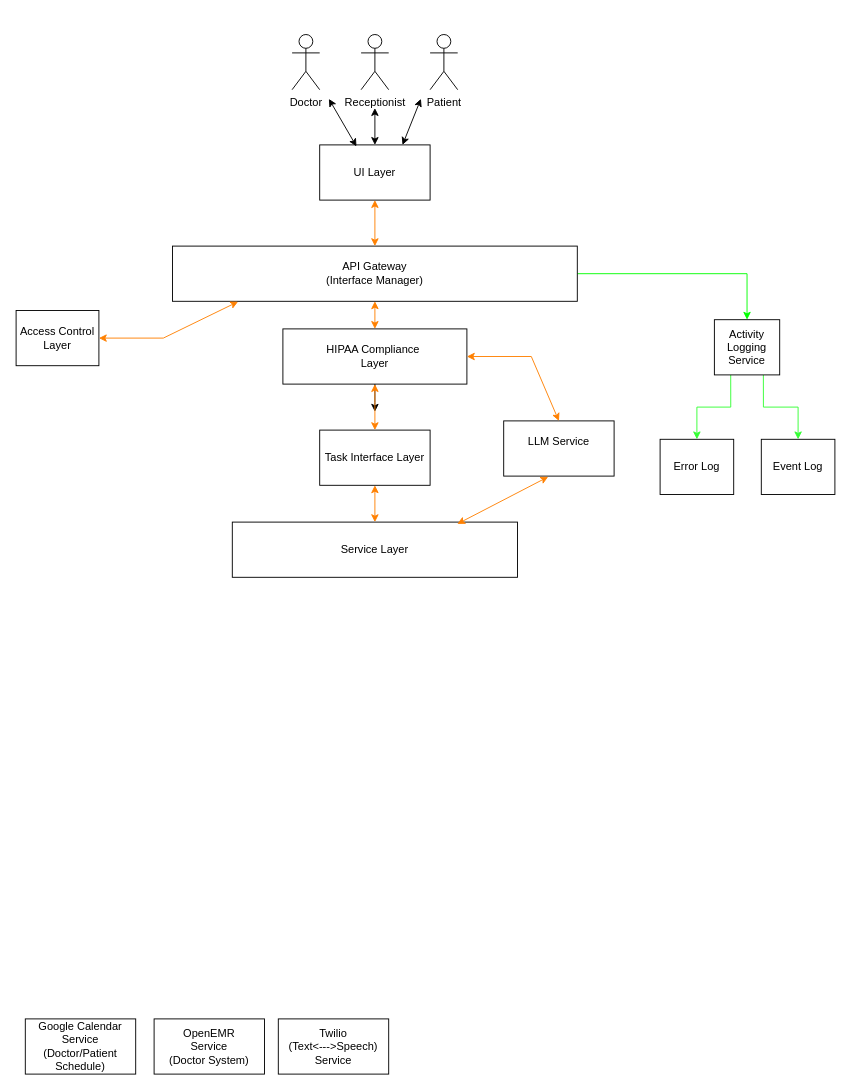
This is HealthcareManagerArchitecture.drawio.xml from ColeMcGregor/HealthcareManager, a draw.io file, before an edit. Source tidied: cells renumbered, new cells numbered last; positions are measured from the earlier drawing's top-left corner, leaving out a move shared by most shapes. Both pictures are drawn from the tidied source at 92%, with x=0, y=0 at pixel (16, 34).
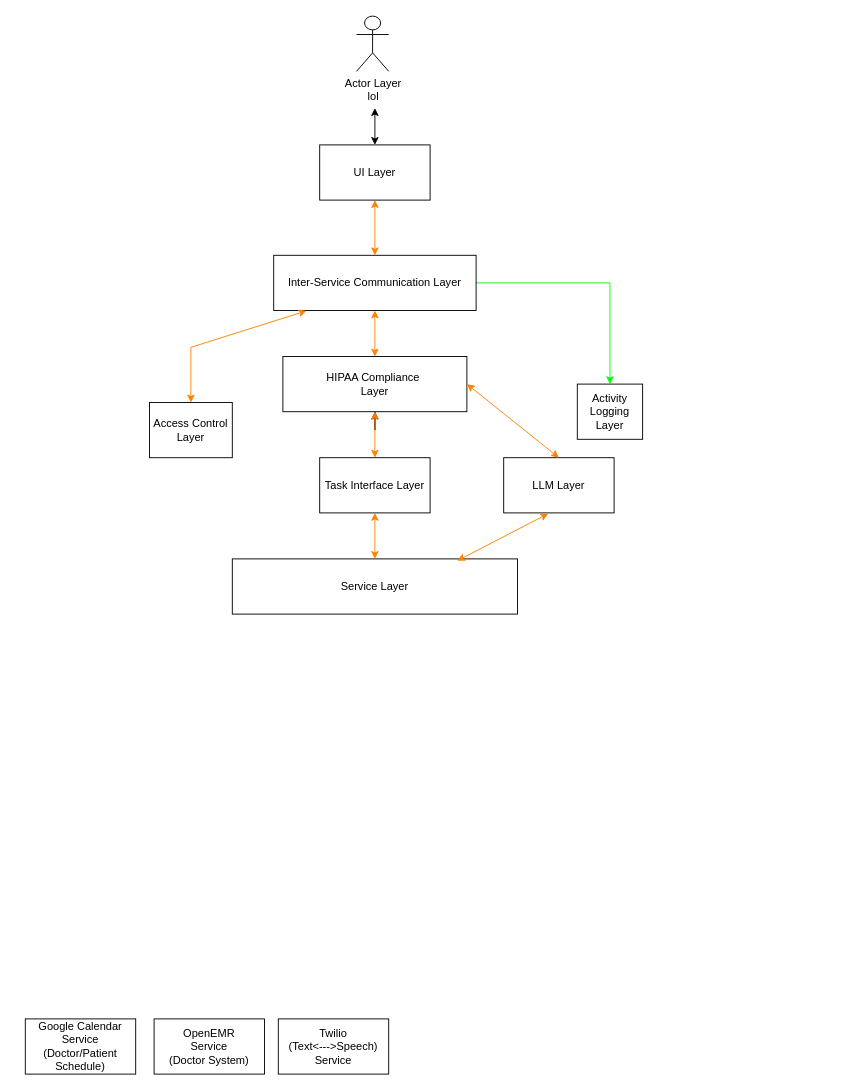
Above is the later version.

Unchanged cells that the change refers to:
```xml
<mxCell id="20" value="UI Layer" style="rounded=0;whiteSpace=wrap;html=1;" parent="1" vertex="1">
  <mxGeometry x="330" y="120" width="120" height="60" as="geometry" />
</mxCell>
```

The edit, as a diff of the source:
```diff
@@
-    <mxCell id="3" value="API Gateway&lt;div&gt;(Interface Manager)&lt;/div&gt;" style="rounded=0;whiteSpace=wrap;html=1;" parent="1" vertex="1">
-      <mxGeometry x="170" y="230" width="440" height="60" as="geometry" />
+    <mxCell id="3" value="Inter-Service Communication Layer" style="rounded=0;whiteSpace=wrap;html=1;" parent="1" vertex="1">
+      <mxGeometry x="280" y="240" width="220" height="60" as="geometry" />
     </mxCell>
     <mxCell id="4" value="Access Control Layer" style="rounded=0;whiteSpace=wrap;html=1;" parent="1" vertex="1">
-      <mxGeometry y="300" width="90" height="60" as="geometry" />
+      <mxGeometry x="145" y="400" width="90" height="60" as="geometry" />
     </mxCell>
     <mxCell id="5" style="endArrow=classic;startArrow=classic;html=1;rounded=0;entryX=0.162;entryY=1.007;entryDx=0;entryDy=0;entryPerimeter=0;strokeColor=#FF8000;" parent="1" edge="1" source="4" target="3">
       <mxGeometry relative="1" as="geometry">
         <Array as="points">
-          <mxPoint x="160" y="330" />
+          <mxPoint x="190" y="340" />
         </Array>
       </mxGeometry>
     </mxCell>
@@
-    <mxCell id="7" value="LLM Service&lt;div&gt;&lt;br&gt;&lt;/div&gt;" style="rounded=0;whiteSpace=wrap;html=1;" parent="1" vertex="1">
-      <mxGeometry x="530" y="420" width="120" height="60" as="geometry" />
+    <mxCell id="7" value="&lt;div&gt;LLM Layer&lt;/div&gt;" style="rounded=0;whiteSpace=wrap;html=1;" parent="1" vertex="1">
+      <mxGeometry x="530" y="460" width="120" height="60" as="geometry" />
     </mxCell>
@@
-    <mxCell id="9" style="edgeStyle=orthogonalEdgeStyle;rounded=0;jettySize=auto;html=1;exitX=0.25;exitY=1;exitDx=0;exitDy=0;entryX=0.5;entryY=0;entryDx=0;entryDy=0;strokeColor=#33FF33;" parent="1" edge="1" source="11" target="16">
-      <mxGeometry relative="1" as="geometry" />
-    </mxCell>
-    <mxCell id="10" style="edgeStyle=orthogonalEdgeStyle;rounded=0;jettySize=auto;html=1;exitX=0.75;exitY=1;exitDx=0;exitDy=0;entryX=0.5;entryY=0;entryDx=0;entryDy=0;strokeColor=#33FF33;" parent="1" edge="1" source="11" target="17">
-      <mxGeometry relative="1" as="geometry" />
-    </mxCell>
-    <mxCell id="11" value="Activity Logging Service" style="rounded=0;whiteSpace=wrap;html=1;" parent="1" vertex="1">
-      <mxGeometry x="759" y="310" width="71" height="60" as="geometry" />
+    <mxCell id="11" value="Activity Logging Layer" style="rounded=0;whiteSpace=wrap;html=1;" parent="1" vertex="1">
+      <mxGeometry x="610" y="380" width="71" height="60" as="geometry" />
     </mxCell>
@@
     <mxCell id="13" value="HIPAA Compliance&amp;nbsp;&lt;div&gt;Layer&lt;/div&gt;" style="rounded=0;whiteSpace=wrap;html=1;" parent="1" vertex="1">
-      <mxGeometry x="290" y="320" width="200" height="60" as="geometry" />
+      <mxGeometry x="290" y="350" width="200" height="60" as="geometry" />
     </mxCell>
     <mxCell id="14" value="Task Interface Layer" style="rounded=0;whiteSpace=wrap;html=1;" parent="1" vertex="1">
-      <mxGeometry x="330" y="430" width="120" height="60" as="geometry" />
+      <mxGeometry x="330" y="460" width="120" height="60" as="geometry" />
     </mxCell>
@@
-    <mxCell id="16" value="Error Log" style="rounded=0;whiteSpace=wrap;html=1;" parent="1" vertex="1">
-      <mxGeometry x="700" y="440" width="80" height="60" as="geometry" />
-    </mxCell>
-    <mxCell id="17" value="Event Log" style="rounded=0;whiteSpace=wrap;html=1;" parent="1" vertex="1">
-      <mxGeometry x="810" y="440" width="80" height="60" as="geometry" />
-    </mxCell>
-    <mxCell id="18" value="Doctor" style="shape=umlActor;verticalLabelPosition=bottom;verticalAlign=top;html=1;" parent="1" vertex="1">
-      <mxGeometry x="300" width="30" height="60" as="geometry" />
-    </mxCell>
-    <mxCell id="19" value="Patient" style="shape=umlActor;verticalLabelPosition=bottom;verticalAlign=top;html=1;" parent="1" vertex="1">
-      <mxGeometry x="450" width="30" height="60" as="geometry" />
-    </mxCell>
@@
-    <mxCell id="21" value="Receptionist" style="shape=umlActor;verticalLabelPosition=bottom;verticalAlign=top;html=1;" parent="1" vertex="1">
-      <mxGeometry x="375" width="30" height="60" as="geometry" />
-    </mxCell>
-    <mxCell id="22" style="endArrow=classic;startArrow=classic;html=1;rounded=0;exitX=0.333;exitY=0.027;exitDx=0;exitDy=0;exitPerimeter=0;" parent="1" edge="1" source="20">
-      <mxGeometry relative="1" as="geometry">
-        <mxPoint x="340" y="70" as="targetPoint" />
-      </mxGeometry>
-    </mxCell>
-    <mxCell id="23" style="endArrow=classic;startArrow=classic;html=1;rounded=0;exitX=0.75;exitY=0;exitDx=0;exitDy=0;" parent="1" edge="1" source="20">
-      <mxGeometry relative="1" as="geometry">
-        <mxPoint x="440" y="70" as="targetPoint" />
-      </mxGeometry>
-    </mxCell>
@@
     <mxCell id="28" value="Service Layer" style="rounded=0;whiteSpace=wrap;html=1;" parent="1" vertex="1">
-      <mxGeometry x="235" y="530" width="310" height="60" as="geometry" />
+      <mxGeometry x="235" y="570" width="310" height="60" as="geometry" />
     </mxCell>
@@
     <mxCell id="31" style="endArrow=classic;startArrow=classic;html=1;rounded=0;entryX=1;entryY=0.5;entryDx=0;entryDy=0;strokeColor=#FF8000;exitX=0.5;exitY=0;exitDx=0;exitDy=0;" parent="1" edge="1" source="7" target="13">
-      <mxGeometry relative="1" as="geometry">
-        <Array as="points">
-          <mxPoint x="560" y="350" />
-        </Array>
-      </mxGeometry>
+      <mxGeometry relative="1" as="geometry" />
     </mxCell>
+    <mxCell id="32" value="Actor Layer&lt;div&gt;lol&lt;/div&gt;" style="shape=umlActor;verticalLabelPosition=bottom;verticalAlign=top;html=1;" parent="1" vertex="1">
+      <mxGeometry x="370" y="-20" width="35" height="60" as="geometry" />
+    </mxCell>
```
